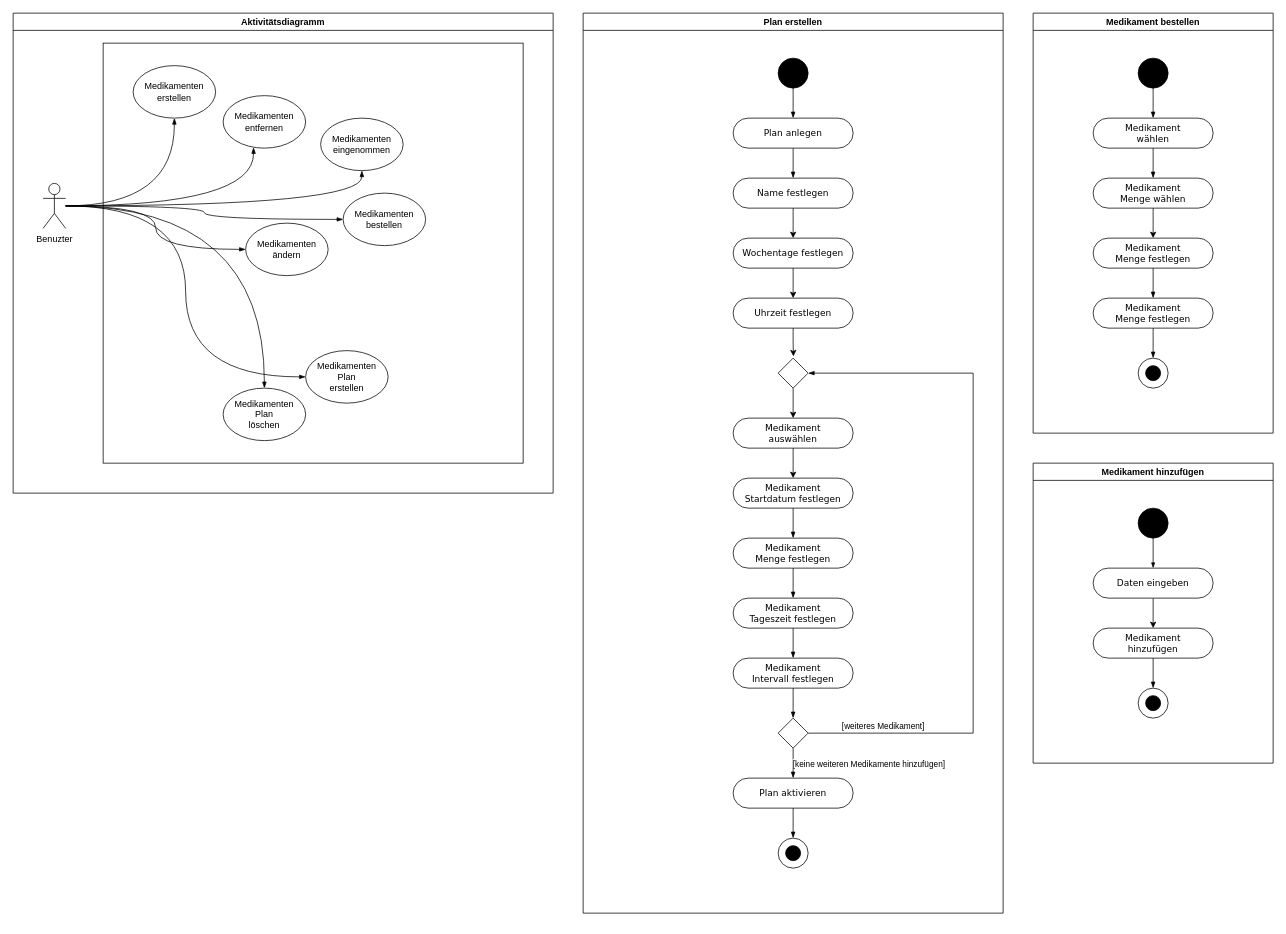
Earlier version of the draw.io diagram UML/FinalesDiagramm.drawio (Apfelkuch/SwePraktikum). Source tidied: cells renumbered, new cells numbered last; positions are measured from the earlier drawing's top-left corner, leaving out a move shared by most shapes. Both pictures are drawn from the tidied source at 75%, with x=0, y=0 at pixel (13, 13).
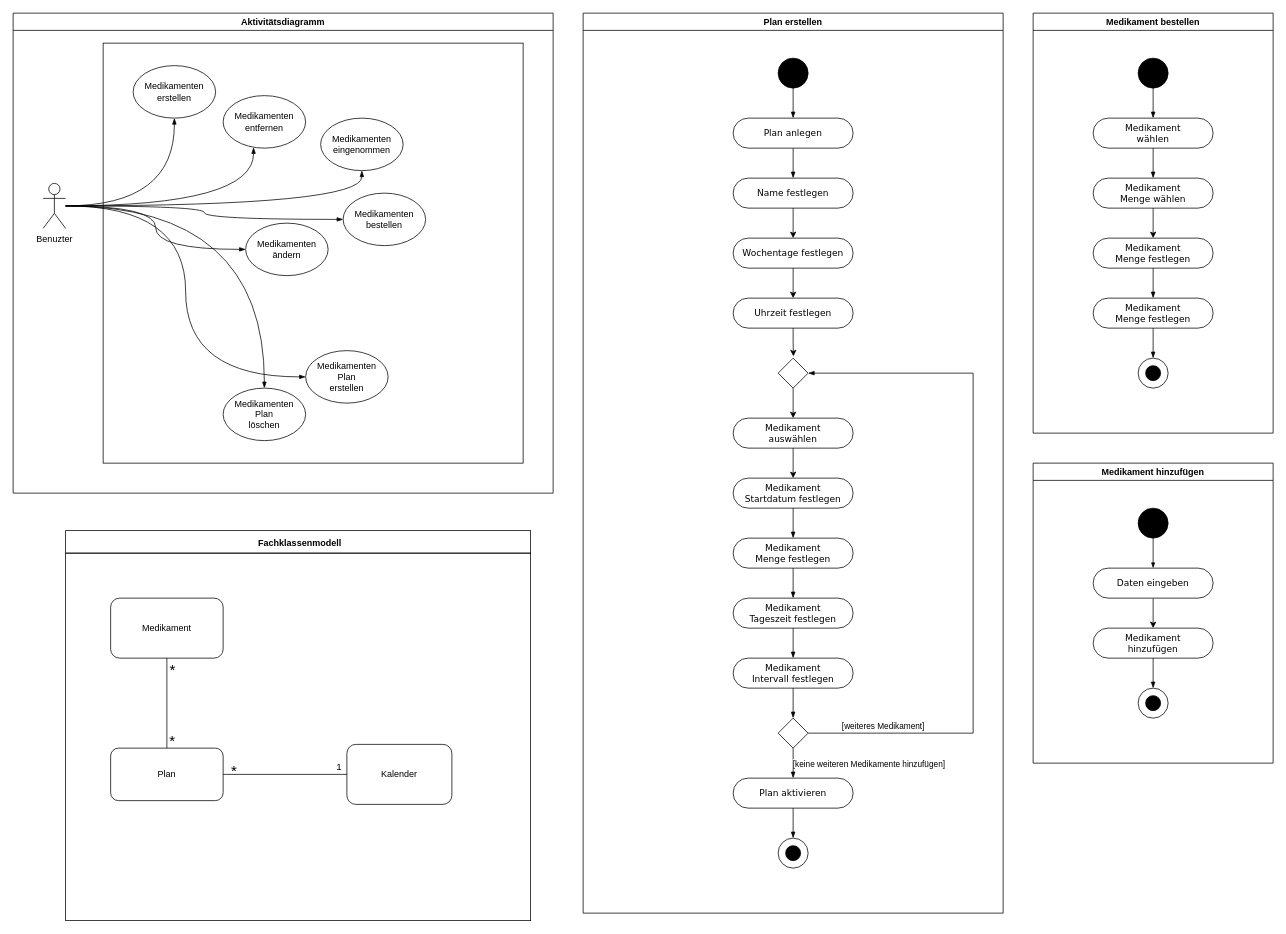
The same diagram, later.

Diff of the diagram source:
```diff
@@
+    <mxCell id="76" style="rounded=0;whiteSpace=wrap;html=1;fillColor=none;" parent="1" vertex="1">
+      <mxGeometry x="70" y="720" width="620" height="490" as="geometry" />
+    </mxCell>
+    <mxCell id="77" value="Medikament" style="rounded=1;whiteSpace=wrap;html=1;" parent="1" vertex="1">
+      <mxGeometry x="130" y="780" width="150" height="80" as="geometry" />
+    </mxCell>
+    <mxCell id="78" value="Plan" style="rounded=1;whiteSpace=wrap;html=1;" parent="1" vertex="1">
+      <mxGeometry x="130" y="980" width="150" height="70" as="geometry" />
+    </mxCell>
+    <mxCell id="79" value="Kalender" style="rounded=1;whiteSpace=wrap;html=1;" parent="1" vertex="1">
+      <mxGeometry x="445" y="975" width="140" height="80" as="geometry" />
+    </mxCell>
+    <mxCell id="80" style="endArrow=none;html=1;rounded=0;entryX=0.5;entryY=1;entryDx=0;entryDy=0;exitX=0.5;exitY=0;exitDx=0;exitDy=0;" parent="1" edge="1" source="78" target="77">
+      <mxGeometry relative="1" as="geometry" />
+    </mxCell>
+    <mxCell id="81" style="endArrow=none;html=1;rounded=0;entryX=0;entryY=0.5;entryDx=0;entryDy=0;exitX=1;exitY=0.5;exitDx=0;exitDy=0;" parent="1" edge="1" source="78" target="79">
+      <mxGeometry relative="1" as="geometry" />
+    </mxCell>
+    <mxCell id="82" value="&lt;font style=&quot;font-size: 20px;&quot;&gt;*&lt;/font&gt;" style="text;html=1;strokeColor=none;fillColor=none;align=center;verticalAlign=middle;whiteSpace=wrap;rounded=0;fontSize=13;" parent="1" vertex="1">
+      <mxGeometry x="280" y="1000" width="30" height="20" as="geometry" />
+    </mxCell>
+    <mxCell id="83" value="&lt;font style=&quot;font-size: 20px;&quot;&gt;*&lt;/font&gt;" style="text;html=1;strokeColor=none;fillColor=none;align=center;verticalAlign=middle;whiteSpace=wrap;rounded=0;fontSize=20;" parent="1" vertex="1">
+      <mxGeometry x="205" y="965" width="15" height="10" as="geometry" />
+    </mxCell>
+    <mxCell id="84" value="&lt;font style=&quot;font-size: 20px;&quot;&gt;*&lt;/font&gt;" style="text;html=1;strokeColor=none;fillColor=none;align=center;verticalAlign=middle;whiteSpace=wrap;rounded=0;fontSize=20;" parent="1" vertex="1">
+      <mxGeometry x="202.5" y="870" width="20" height="10" as="geometry" />
+    </mxCell>
+    <mxCell id="85" value="1" style="text;html=1;strokeColor=none;fillColor=none;align=center;verticalAlign=middle;whiteSpace=wrap;rounded=0;fontSize=13;" parent="1" vertex="1">
+      <mxGeometry x="425" y="1000" width="20" height="10" as="geometry" />
+    </mxCell>
+    <mxCell id="86" style="rounded=0;whiteSpace=wrap;html=1;fontSize=16;fillColor=none;" parent="1" vertex="1">
+      <mxGeometry x="70" y="690" width="620" height="30" as="geometry" />
+    </mxCell>
+    <mxCell id="87" value="&lt;font style=&quot;font-size: 12px;&quot;&gt;Fachklassenmodell&lt;/font&gt;" style="text;html=1;strokeColor=none;fillColor=none;align=center;verticalAlign=middle;whiteSpace=wrap;rounded=0;fontSize=16;fontStyle=1;" parent="1" vertex="1">
+      <mxGeometry x="305" y="690" width="155" height="30" as="geometry" />
+    </mxCell>
```
